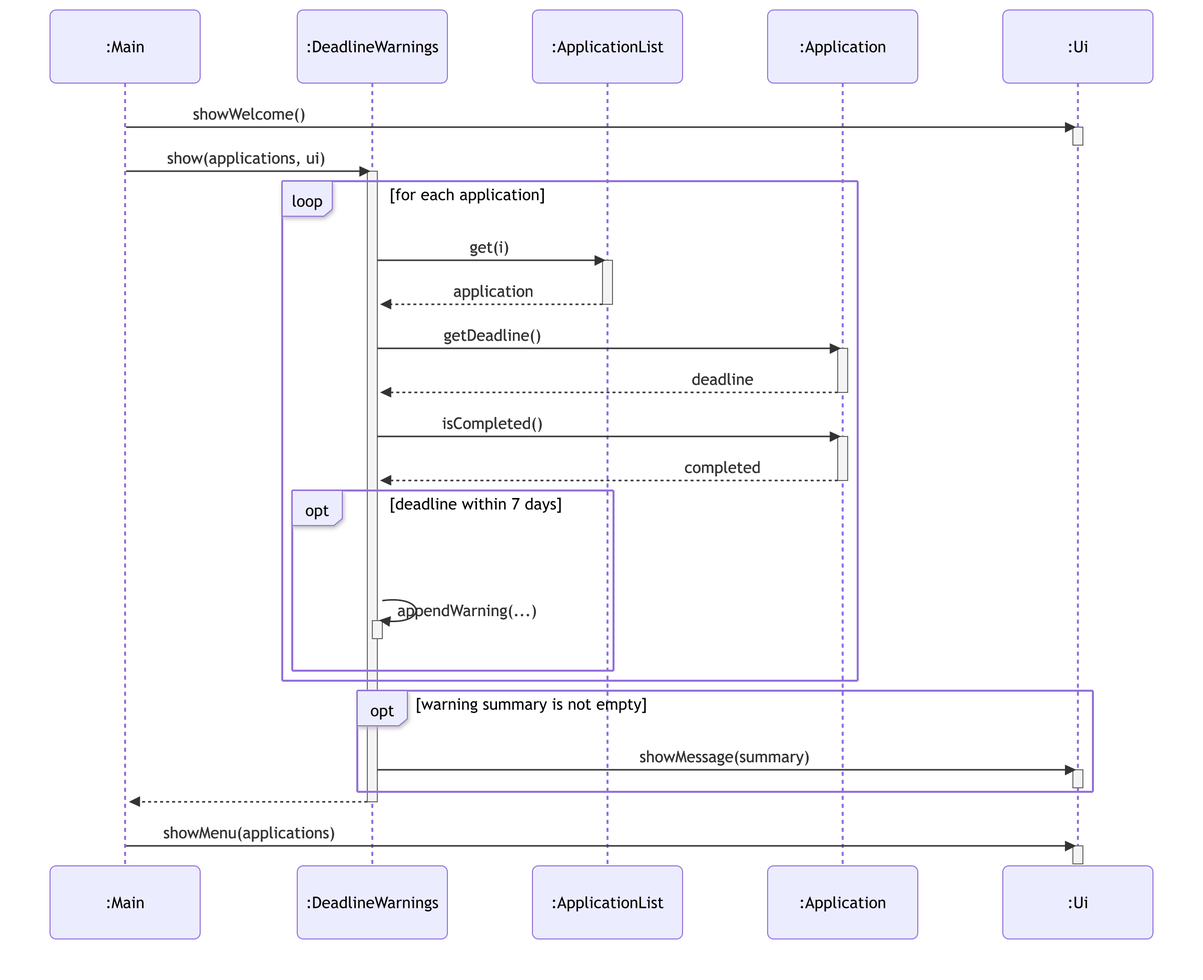
Before: docs/diagrams/deadline-warnings-sequence.png, a diagram exported from Mermaid (AY2627S1-CS2113-T10-2/tp). Its source is kept beside it as docs/diagrams/sources/deadline-warnings-sequence.mmd.
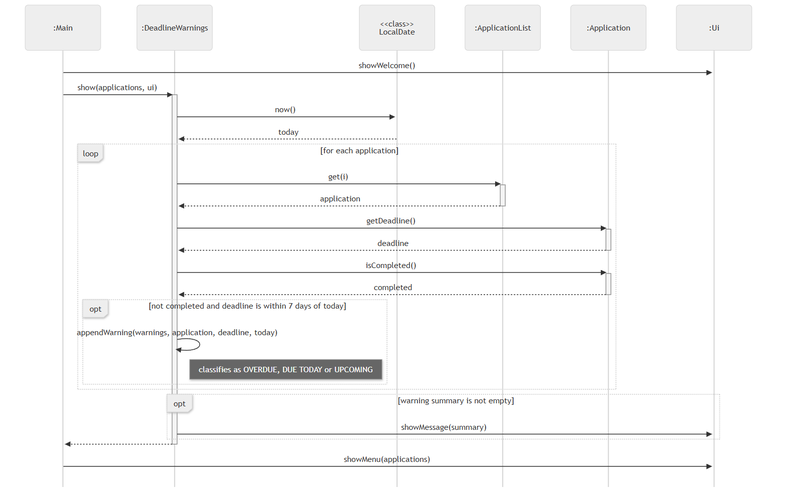
Above is the later version.

Change to the diagram source:
```diff
@@ -1,19 +1,17 @@
-%%{init: {'theme': 'default', 'sequence': {'actorMargin': 85, 'messageMargin': 45}}}%%
-%%{init: {'theme': 'default', 'sequence': {'actorMargin': 85, 'messageMargin': 45}}}%%
-%%{init: {'theme': 'default', 'sequence': {'actorMargin': 85, 'messageMargin': 45}}}%%
+%%{init: {'theme': 'neutral', 'sequence': {'mirrorActors': false, 'actorMargin': 60, 'messageMargin': 28}}}%%
 sequenceDiagram
     participant main as :Main
     participant warnings as :DeadlineWarnings
+    participant date as <<class>><br/>LocalDate
     participant list as :ApplicationList
     participant app as :Application
     participant ui as :Ui
 
     main->>ui: showWelcome()
-    activate ui
-    deactivate ui
-
     main->>warnings: show(applications, ui)
     activate warnings
+    warnings->>date: now()
+    date-->>warnings: today
 
     loop for each application
         warnings->>list: get(i)
@@ -29,21 +27,15 @@
         app-->>warnings: completed
         deactivate app
 
-        opt deadline within 7 days
-            warnings->>warnings: appendWarning(...)
-            activate warnings
-            deactivate warnings
+        opt not completed and deadline is within 7 days of today
+            warnings->>warnings: appendWarning(warnings, application, deadline, today)
+            Note right of warnings: classifies as OVERDUE, DUE TODAY or UPCOMING
         end
     end
 
     opt warning summary is not empty
         warnings->>ui: showMessage(summary)
-        activate ui
-        deactivate ui
     end
-
     warnings-->>main:
     deactivate warnings
     main->>ui: showMenu(applications)
-    activate ui
-    deactivate ui
```
